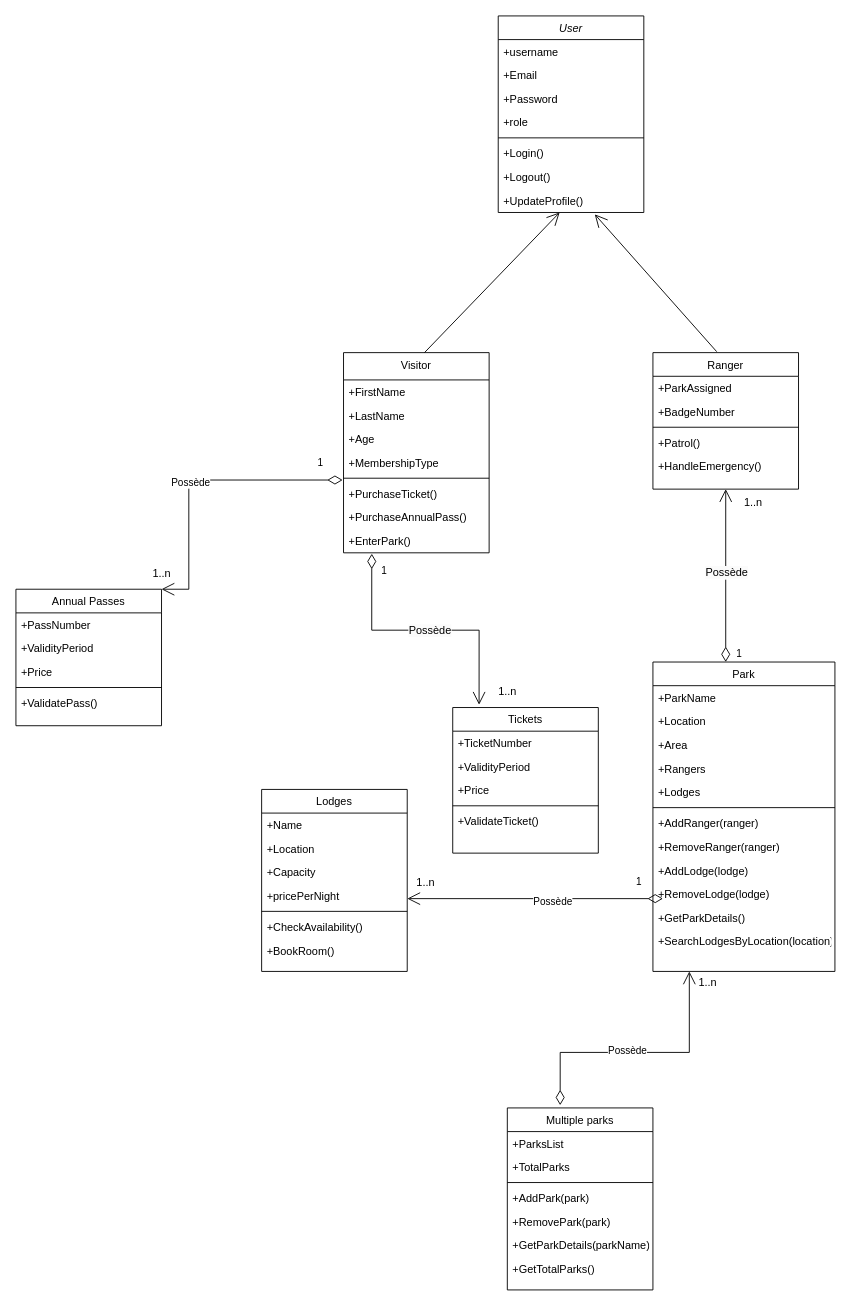
Above: UML Class Diagram.drawio in cruz-welandi/UML_Class_Diagram (draw.io), before the change. Source tidied: cells renumbered, new cells numbered last; positions are measured from the earlier drawing's top-left corner, leaving out a move shared by most shapes. Both pictures are drawn from the tidied source at 91%, with x=0, y=0 at pixel (15, 15).
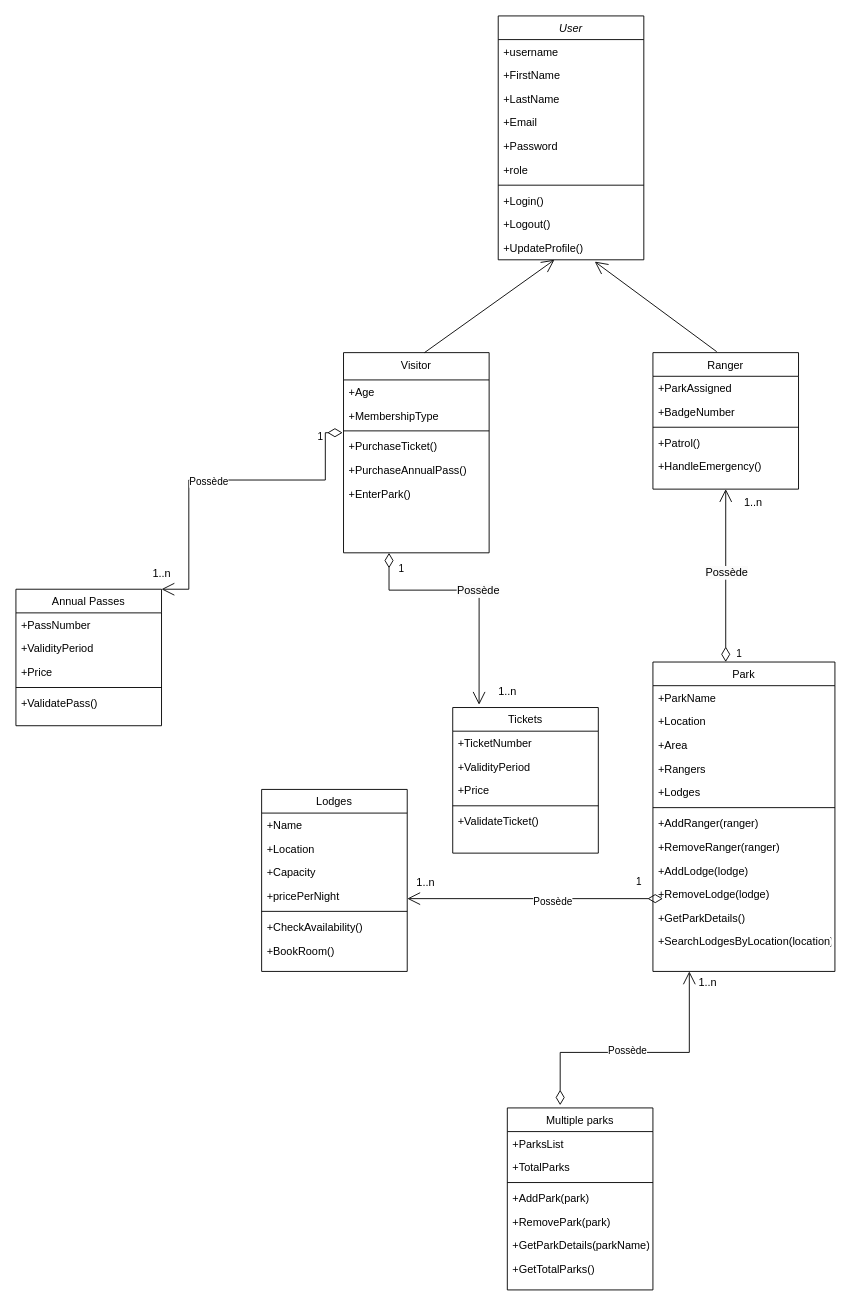
The same diagram, later.

Commit message:
Mettre à jour UML Class Diagram.drawio

Unchanged cells that the change refers to:
```xml
<mxCell id="11" value="Visitor" style="swimlane;fontStyle=0;align=center;verticalAlign=top;horizontal=1;startSize=30;rounded=0;shadow=0;strokeWidth=1;" parent="1" vertex="1">
  <mxGeometry x="360" y="370" width="160" height="220" as="geometry" />
</mxCell>
<mxCell id="34" value="Tickets" style="swimlane;fontStyle=0;align=center;verticalAlign=top;horizontal=1;startSize=26;rounded=0;shadow=0;strokeWidth=1;" parent="1" vertex="1">
  <mxGeometry x="480" y="760" width="160" height="160" as="geometry" />
</mxCell>
<mxCell id="40" value="Annual Passes" style="swimlane;fontStyle=0;align=center;verticalAlign=top;horizontal=1;startSize=26;rounded=0;shadow=0;strokeWidth=1;" parent="1" vertex="1">
  <mxGeometry y="630" width="160" height="150" as="geometry" />
</mxCell>
```

What changed in the source:
```diff
@@
     <mxCell id="2" value="User" style="swimlane;fontStyle=2;align=center;verticalAlign=top;horizontal=1;startSize=26;rounded=0;shadow=0;strokeWidth=1;" parent="1" vertex="1">
-      <mxGeometry x="530" width="160" height="216" as="geometry" />
+      <mxGeometry x="530" width="160" height="268" as="geometry" />
     </mxCell>
@@
+    <mxCell id="12" value="+FirstName" style="text;align=left;verticalAlign=top;spacingLeft=4;spacingRight=4;overflow=hidden;" parent="2" vertex="1">
+      <mxGeometry y="52" width="160" height="26" as="geometry" />
+    </mxCell>
+    <mxCell id="13" value="+LastName" style="text;align=left;verticalAlign=top;spacingLeft=4;spacingRight=4;overflow=hidden;rounded=0;shadow=0;html=0;" parent="2" vertex="1">
+      <mxGeometry y="78" width="160" height="26" as="geometry" />
+    </mxCell>
     <mxCell id="4" value="+Email" style="text;align=left;verticalAlign=top;spacingLeft=4;spacingRight=4;overflow=hidden;rounded=0;shadow=0;html=0;" parent="2" vertex="1">
-      <mxGeometry y="52" width="160" height="26" as="geometry" />
+      <mxGeometry y="104" width="160" height="26" as="geometry" />
     </mxCell>
     <mxCell id="5" value="+Password" style="text;align=left;verticalAlign=top;spacingLeft=4;spacingRight=4;overflow=hidden;rounded=0;shadow=0;html=0;" parent="2" vertex="1">
-      <mxGeometry y="78" width="160" height="26" as="geometry" />
+      <mxGeometry y="130" width="160" height="26" as="geometry" />
     </mxCell>
     <mxCell id="6" value="+role" style="text;align=left;verticalAlign=top;spacingLeft=4;spacingRight=4;overflow=hidden;rounded=0;shadow=0;html=0;" parent="2" vertex="1">
-      <mxGeometry y="104" width="160" height="26" as="geometry" />
+      <mxGeometry y="156" width="160" height="26" as="geometry" />
     </mxCell>
     <mxCell id="7" style="line;html=1;strokeWidth=1;align=left;verticalAlign=middle;spacingTop=-1;spacingLeft=3;spacingRight=3;labelPosition=right;" parent="2" vertex="1">
-      <mxGeometry y="130" width="160" height="8" as="geometry" />
+      <mxGeometry y="182" width="160" height="8" as="geometry" />
     </mxCell>
     <mxCell id="8" value="+Login()" style="text;align=left;verticalAlign=top;spacingLeft=4;spacingRight=4;overflow=hidden;" parent="2" vertex="1">
-      <mxGeometry y="138" width="160" height="26" as="geometry" />
+      <mxGeometry y="190" width="160" height="26" as="geometry" />
     </mxCell>
     <mxCell id="9" value="+Logout()" style="text;align=left;verticalAlign=top;spacingLeft=4;spacingRight=4;overflow=hidden;" parent="2" vertex="1">
-      <mxGeometry y="164" width="160" height="26" as="geometry" />
+      <mxGeometry y="216" width="160" height="26" as="geometry" />
     </mxCell>
     <mxCell id="10" value="+UpdateProfile()" style="text;align=left;verticalAlign=top;spacingLeft=4;spacingRight=4;overflow=hidden;points=[[0,0.5],[1,0.5]];portConstraint=eastwest;" parent="2" vertex="1">
-      <mxGeometry y="190" width="160" height="26" as="geometry" />
+      <mxGeometry y="242" width="160" height="26" as="geometry" />
     </mxCell>
@@
-    <mxCell id="12" value="+FirstName" style="text;align=left;verticalAlign=top;spacingLeft=4;spacingRight=4;overflow=hidden;" parent="11" vertex="1">
-      <mxGeometry y="30" width="160" height="26" as="geometry" />
-    </mxCell>
-    <mxCell id="13" value="+LastName" style="text;align=left;verticalAlign=top;spacingLeft=4;spacingRight=4;overflow=hidden;rounded=0;shadow=0;html=0;" parent="11" vertex="1">
-      <mxGeometry y="56" width="160" height="26" as="geometry" />
-    </mxCell>
     <mxCell id="14" value="+Age" style="text;align=left;verticalAlign=top;spacingLeft=4;spacingRight=4;overflow=hidden;" parent="11" vertex="1">
-      <mxGeometry y="82" width="160" height="26" as="geometry" />
+      <mxGeometry y="30" width="160" height="26" as="geometry" />
     </mxCell>
     <mxCell id="15" value="+MembershipType" style="text;align=left;verticalAlign=top;spacingLeft=4;spacingRight=4;overflow=hidden;" parent="11" vertex="1">
-      <mxGeometry y="108" width="160" height="26" as="geometry" />
+      <mxGeometry y="56" width="160" height="26" as="geometry" />
     </mxCell>
     <mxCell id="16" style="line;html=1;strokeWidth=1;align=left;verticalAlign=middle;spacingTop=-1;spacingLeft=3;spacingRight=3;labelPosition=right;" parent="11" vertex="1">
-      <mxGeometry y="134" width="160" height="8" as="geometry" />
+      <mxGeometry y="82" width="160" height="8" as="geometry" />
     </mxCell>
     <mxCell id="17" value="+PurchaseTicket()" style="text;align=left;verticalAlign=top;spacingLeft=4;spacingRight=4;overflow=hidden;points=[[0,0.5],[1,0.5]];portConstraint=eastwest;fontStyle=0;" parent="11" vertex="1">
-      <mxGeometry y="142" width="160" height="26" as="geometry" />
+      <mxGeometry y="90" width="160" height="26" as="geometry" />
     </mxCell>
     <mxCell id="18" value="+PurchaseAnnualPass()" style="text;align=left;verticalAlign=top;spacingLeft=4;spacingRight=4;overflow=hidden;fontStyle=0;" parent="11" vertex="1">
-      <mxGeometry y="168" width="160" height="26" as="geometry" />
+      <mxGeometry y="116" width="160" height="26" as="geometry" />
     </mxCell>
     <mxCell id="19" value="+EnterPark()" style="text;align=left;verticalAlign=top;spacingLeft=4;spacingRight=4;overflow=hidden;points=[[0,0.5],[1,0.5]];portConstraint=eastwest;fontStyle=0;" parent="11" vertex="1">
-      <mxGeometry y="194" width="160" height="26" as="geometry" />
+      <mxGeometry y="142" width="160" height="26" as="geometry" />
     </mxCell>
@@
-    <mxCell id="72" value="1" style="endArrow=open;html=1;endSize=12;startArrow=diamondThin;startSize=14;startFill=0;edgeStyle=orthogonalEdgeStyle;align=left;verticalAlign=bottom;rounded=0;entryX=0.181;entryY=-0.019;entryDx=0;entryDy=0;entryPerimeter=0;exitX=0.194;exitY=1.038;exitDx=0;exitDy=0;exitPerimeter=0;" parent="1" edge="1" source="19" target="34">
-      <mxGeometry x="-0.8" y="9" relative="1" as="geometry" />
+    <mxCell id="72" value="1" style="endArrow=open;html=1;endSize=12;startArrow=diamondThin;startSize=14;startFill=0;edgeStyle=orthogonalEdgeStyle;align=left;verticalAlign=bottom;rounded=0;entryX=0.181;entryY=-0.019;entryDx=0;entryDy=0;entryPerimeter=0;" parent="1" edge="1" target="34">
+      <mxGeometry x="-0.8" y="9" relative="1" as="geometry">
+        <mxPoint x="410" y="590" as="sourcePoint" />
+        <Array as="points">
+          <mxPoint x="509" y="631" />
+        </Array>
+      </mxGeometry>
     </mxCell>
@@
     <mxCell id="74" value="1" style="endArrow=open;html=1;endSize=12;startArrow=diamondThin;startSize=14;startFill=0;edgeStyle=orthogonalEdgeStyle;align=left;verticalAlign=bottom;rounded=0;exitX=-0.006;exitY=-0.077;exitDx=0;exitDy=0;exitPerimeter=0;entryX=1;entryY=0;entryDx=0;entryDy=0;" parent="1" edge="1" source="17" target="40">
       <mxGeometry x="-0.82" y="-10" relative="1" as="geometry">
         <Array as="points">
+          <mxPoint x="340" y="458" />
+          <mxPoint x="340" y="510" />
           <mxPoint x="190" y="510" />
           <mxPoint x="190" y="630" />
         </Array>
       </mxGeometry>
     </mxCell>
```
